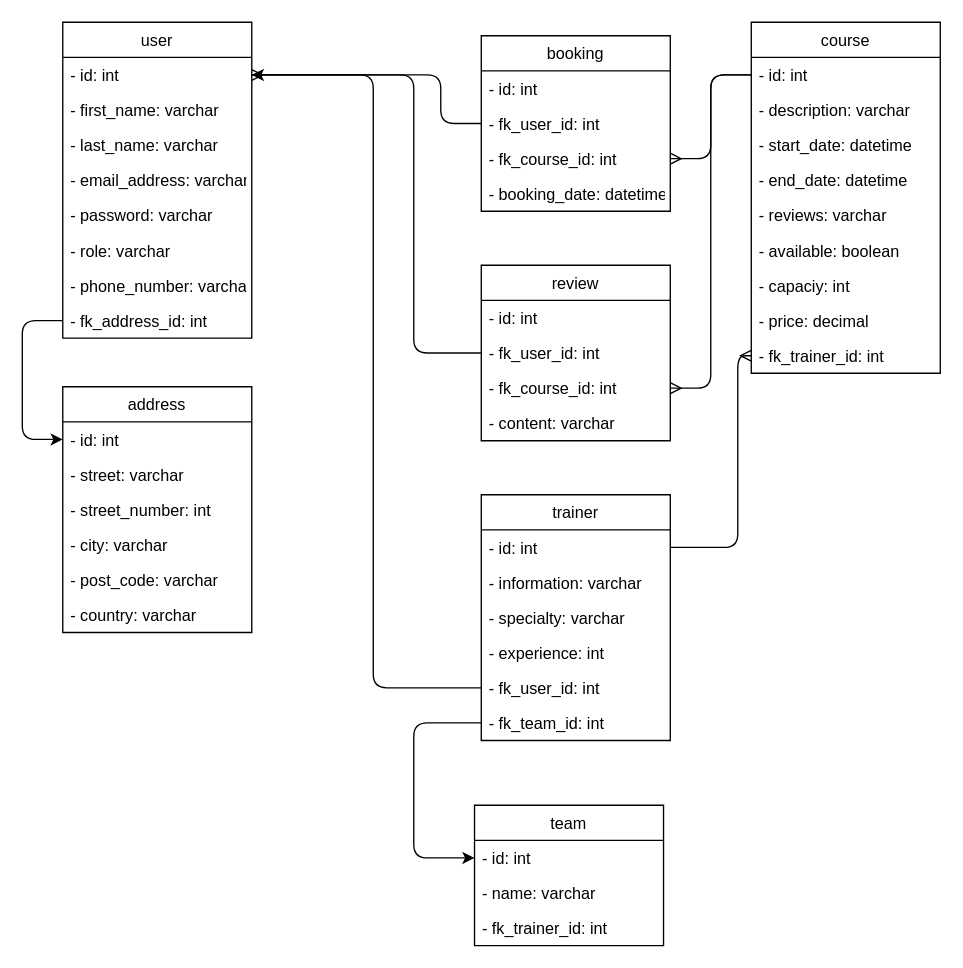
Above: page "Copy of 3-rd_NF" (5 of 5) of db.drawio in Keltroz/Full-Stck-Project (draw.io), before the change. Source tidied: cells renumbered, new cells numbered last; positions are measured from the earlier drawing's top-left corner, leaving out a move shared by most shapes. Both pictures are drawn from the tidied source at 135%, with x=0, y=0 at pixel (22, 22).
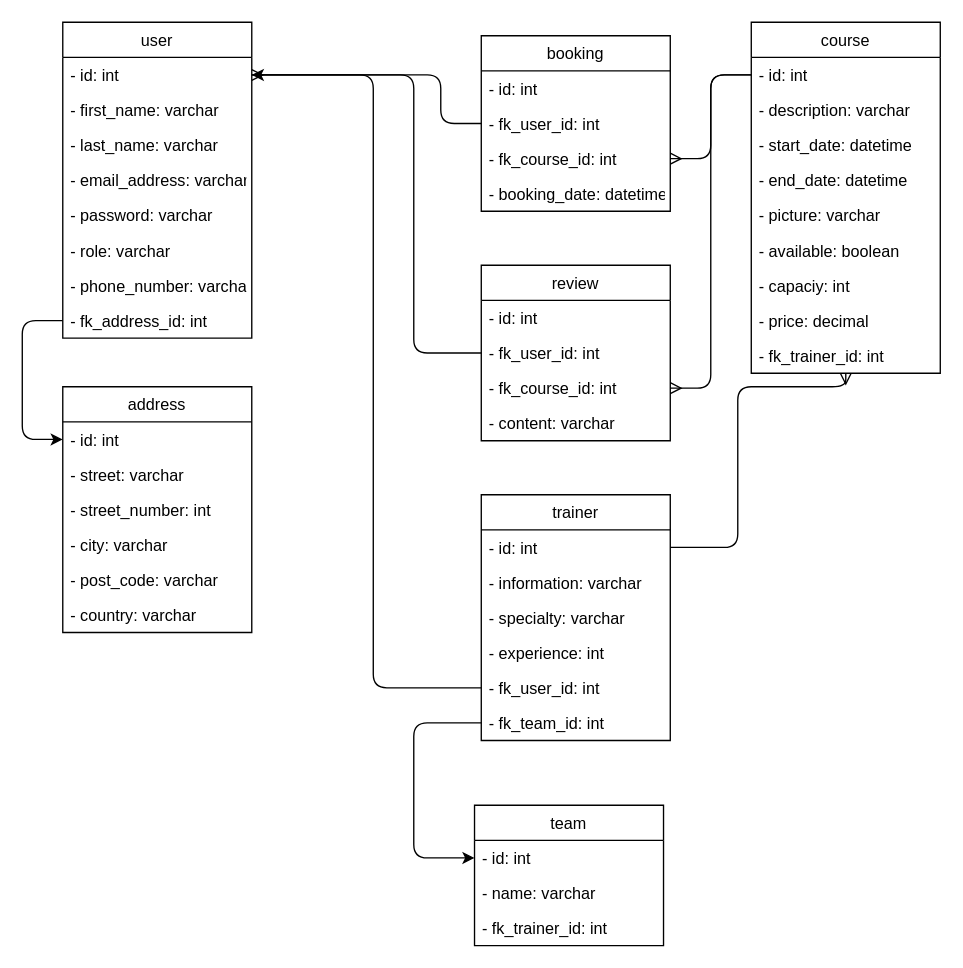
After the change.

The change refers to these unchanged cells:
```xml
<mxCell id="11" value="course" style="swimlane;fontStyle=0;horizontal=1;startSize=26;fillColor=none;" parent="1" vertex="1">
  <mxGeometry x="540" width="140" height="260" as="geometry" />
</mxCell>
<mxCell id="20" value="- fk_trainer_id: int" style="text;strokeColor=none;fillColor=none;align=left;verticalAlign=top;spacingLeft=4;spacingRight=4;overflow=hidden;points=[[0,0.5],[1,0.5]];portConstraint=eastwest;" parent="11" vertex="1">
  <mxGeometry y="234" width="140" height="26" as="geometry" />
</mxCell>
<mxCell id="29" value="- id: int" style="text;strokeColor=none;fillColor=none;align=left;verticalAlign=top;spacingLeft=4;spacingRight=4;overflow=hidden;points=[[0,0.5],[1,0.5]];portConstraint=eastwest;" parent="28" vertex="1">
  <mxGeometry y="26" width="140" height="26" as="geometry" />
</mxCell>
```

The edit, as a diff of the source:
```diff
@@
-    <mxCell id="16" value="- reviews: varchar" style="text;strokeColor=none;fillColor=none;align=left;verticalAlign=top;spacingLeft=4;spacingRight=4;overflow=hidden;" parent="11" vertex="1">
-      <mxGeometry y="130" width="140" height="26" as="geometry" />
-    </mxCell>
+    <mxCell id="19" value="- picture: varchar" style="text;strokeColor=none;fillColor=none;align=left;verticalAlign=top;spacingLeft=4;spacingRight=4;overflow=hidden;" parent="11" vertex="1">
+      <mxGeometry y="130" width="140" height="26" as="geometry" />
+    </mxCell>
@@
-    <mxCell id="19" value="- price: decimal" style="text;strokeColor=none;fillColor=none;align=left;verticalAlign=top;spacingLeft=4;spacingRight=4;overflow=hidden;" parent="11" vertex="1">
-      <mxGeometry y="208" width="140" height="26" as="geometry" />
-    </mxCell>
+    <mxCell id="57" value="- price: decimal" style="text;strokeColor=none;fillColor=none;align=left;verticalAlign=top;spacingLeft=4;spacingRight=4;overflow=hidden;" parent="11" vertex="1">
+      <mxGeometry y="208" width="140" height="26" as="geometry" />
+    </mxCell>
@@
     <mxCell id="35" style="edgeStyle=orthogonalEdgeStyle;html=1;startArrow=ERmany;startFill=0;endArrow=none;endFill=0;entryX=1;entryY=0.5;entryDx=0;entryDy=0;" parent="1" edge="1" source="20" target="29">
       <mxGeometry relative="1" as="geometry">
         <Array as="points">
-          <mxPoint x="530" y="247" />
+          <mxPoint x="530" y="270" />
           <mxPoint x="530" y="389" />
         </Array>
       </mxGeometry>
     </mxCell>
```
